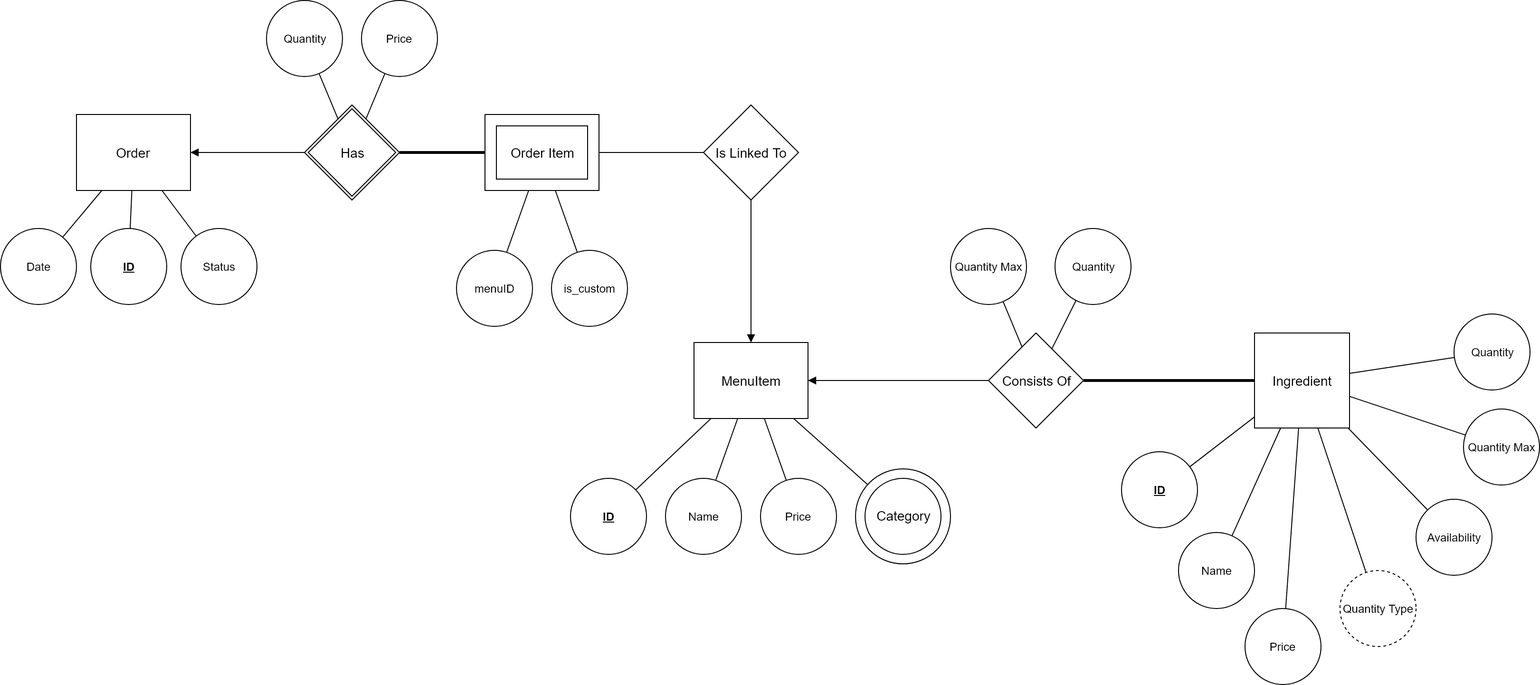
The draw.io diagram docs/entity relationship diagram.png in featherbear/UNSW-COMP1531-Assignment, before a commit. Source tidied: cells renumbered, new cells last; positions are measured from the earlier drawing's top-left corner, leaving out a move shared by most shapes.
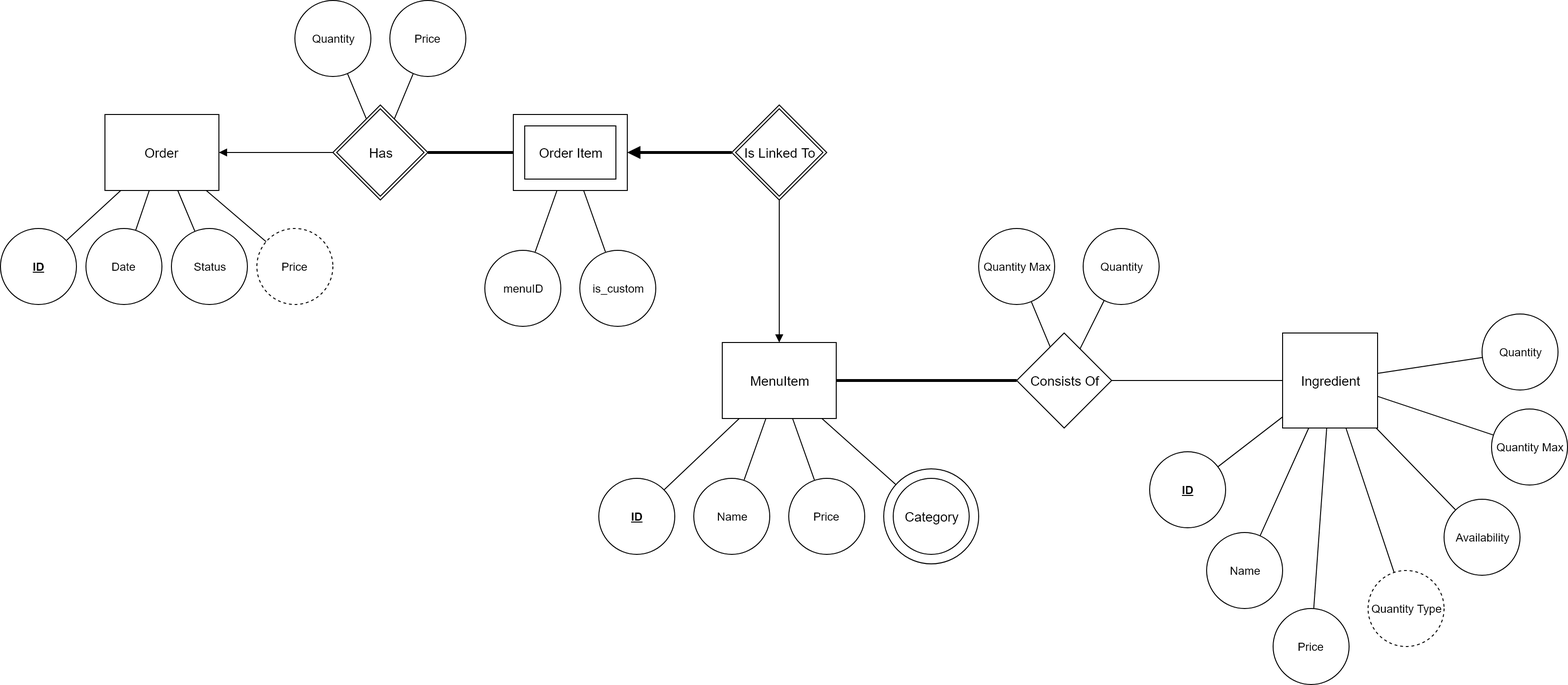
The same diagram one commit later.

Diff of the diagram source:
```diff
@@ -9,13 +9,13 @@
       <mxGeometry relative="1" as="geometry" />
     </mxCell>
     <mxCell id="4" value="Date" style="ellipse;whiteSpace=wrap;html=1;strokeColor=#000000;fillColor=none;" parent="1" vertex="1">
-      <mxGeometry y="240" width="80" height="80" as="geometry" />
+      <mxGeometry x="60" y="240" width="80" height="80" as="geometry" />
     </mxCell>
     <mxCell id="5" style="rounded=0;jettySize=auto;html=1;endArrow=none;endFill=0;" parent="1" edge="1" source="6" target="2">
       <mxGeometry relative="1" as="geometry" />
     </mxCell>
     <mxCell id="6" value="Status&lt;br&gt;" style="ellipse;whiteSpace=wrap;html=1;strokeColor=#000000;fillColor=none;" parent="1" vertex="1">
-      <mxGeometry x="190" y="240" width="80" height="80" as="geometry" />
+      <mxGeometry x="150" y="240" width="80" height="80" as="geometry" />
     </mxCell>
     <mxCell id="7" value="Ingredient" style="strokeWidth=1;whiteSpace=wrap;html=1;align=center;fontSize=14;fillColor=none;" parent="1" vertex="1">
       <mxGeometry x="1320" y="350" width="100" height="100" as="geometry" />
@@ -60,7 +60,7 @@
       <mxGeometry relative="1" as="geometry" />
     </mxCell>
     <mxCell id="21" value="&lt;u&gt;&lt;b&gt;ID&lt;/b&gt;&lt;/u&gt;&lt;br&gt;" style="ellipse;whiteSpace=wrap;html=1;strokeColor=#000000;fillColor=none;" parent="1" vertex="1">
-      <mxGeometry x="95" y="240" width="80" height="80" as="geometry" />
+      <mxGeometry x="-30" y="240" width="80" height="80" as="geometry" />
     </mxCell>
     <mxCell id="22" style="rounded=0;jettySize=auto;html=1;endArrow=none;endFill=0;" parent="1" edge="1" source="23">
       <mxGeometry relative="1" as="geometry">
@@ -107,10 +107,10 @@
     <mxCell id="34" value="Price&lt;br&gt;" style="ellipse;whiteSpace=wrap;html=1;strokeColor=#000000;fillColor=none;" parent="1" vertex="1">
       <mxGeometry x="380" width="80" height="80" as="geometry" />
     </mxCell>
-    <mxCell id="35" style="edgeStyle=none;rounded=0;jettySize=auto;html=1;startArrow=none;startFill=0;endArrow=none;endFill=0;strokeWidth=3;" parent="1" edge="1" source="37" target="7">
+    <mxCell id="35" style="edgeStyle=none;rounded=0;jettySize=auto;html=1;startArrow=none;startFill=0;endArrow=none;endFill=0;strokeWidth=1;" parent="1" edge="1" source="37" target="7">
       <mxGeometry relative="1" as="geometry" />
     </mxCell>
-    <mxCell id="36" style="edgeStyle=none;rounded=0;jettySize=auto;html=1;startArrow=none;startFill=0;endArrow=block;endFill=1;strokeWidth=1;" parent="1" edge="1" source="37" target="42">
+    <mxCell id="36" style="edgeStyle=none;rounded=0;jettySize=auto;html=1;startArrow=none;startFill=0;endArrow=none;endFill=0;strokeWidth=3;" parent="1" edge="1" source="37" target="42">
       <mxGeometry relative="1" as="geometry" />
     </mxCell>
     <mxCell id="37" value="Consists Of" style="shape=rhombus;strokeWidth=1;fontSize=17;perimeter=rhombusPerimeter;whiteSpace=wrap;html=1;align=center;fontSize=14;fillColor=none;rounded=0;double=0;" parent="1" vertex="1">
@@ -155,19 +155,28 @@
     <mxCell id="50" value="Category" style="ellipse;shape=doubleEllipse;margin=10;strokeWidth=1;fontSize=14;whiteSpace=wrap;html=1;align=center;rounded=0;fillColor=none;" parent="1" vertex="1">
       <mxGeometry x="900" y="492.5" width="100" height="100" as="geometry" />
     </mxCell>
-    <mxCell id="51" style="edgeStyle=none;rounded=0;jettySize=auto;html=1;startArrow=none;startFill=0;endArrow=none;endFill=0;strokeWidth=1;" parent="1" edge="1" source="53">
+    <mxCell id="51" style="edgeStyle=none;rounded=0;orthogonalLoop=1;jettySize=auto;html=1;startArrow=none;startFill=0;endArrow=block;endFill=1;strokeWidth=3;" parent="1" edge="1">
       <mxGeometry relative="1" as="geometry">
+        <mxPoint x="740" y="160" as="sourcePoint" />
         <mxPoint x="630" y="160" as="targetPoint" />
       </mxGeometry>
     </mxCell>
-    <mxCell id="52" style="edgeStyle=none;rounded=0;jettySize=auto;html=1;startArrow=none;startFill=0;endArrow=block;endFill=1;strokeWidth=1;" parent="1" edge="1" source="53" target="42">
-      <mxGeometry relative="1" as="geometry" />
+    <mxCell id="52" style="edgeStyle=none;rounded=0;jettySize=auto;html=1;startArrow=none;startFill=0;endArrow=block;endFill=1;strokeWidth=1;" parent="1" edge="1" target="42">
+      <mxGeometry relative="1" as="geometry">
+        <mxPoint x="790" y="210" as="sourcePoint" />
+      </mxGeometry>
     </mxCell>
+    <mxCell id="54" value="Order Item" style="shape=ext;strokeWidth=1;margin=10;double=1;whiteSpace=wrap;html=1;align=center;fontSize=14;rounded=0;fillColor=none;" parent="1" vertex="1">
+      <mxGeometry x="510" y="120" width="120" height="80" as="geometry" />
+    </mxCell>
-    <mxCell id="53" value="Is Linked To" style="shape=rhombus;strokeWidth=1;fontSize=17;perimeter=rhombusPerimeter;whiteSpace=wrap;html=1;align=center;fontSize=14;fillColor=none;rounded=0;double=0;" parent="1" vertex="1">
+    <mxCell id="53" value="Is Linked To" style="shape=rhombus;strokeWidth=1;fontSize=17;perimeter=rhombusPerimeter;whiteSpace=wrap;html=1;align=center;fontSize=14;fillColor=none;rounded=0;double=1;" parent="1" vertex="1">
       <mxGeometry x="740" y="110" width="100" height="100" as="geometry" />
     </mxCell>
-    <mxCell id="54" value="Order Item" style="shape=ext;strokeWidth=1;margin=10;double=1;whiteSpace=wrap;html=1;align=center;fontSize=14;rounded=0;fillColor=none;" parent="1" vertex="1">
-      <mxGeometry x="510" y="120" width="120" height="80" as="geometry" />
-    </mxCell>
+    <mxCell id="55" style="rounded=0;jettySize=auto;html=1;strokeWidth=1;endArrow=none;endFill=0;" parent="1" edge="1" source="56" target="2">
+      <mxGeometry relative="1" as="geometry" />
+    </mxCell>
+    <mxCell id="56" value="Price&lt;br&gt;" style="ellipse;whiteSpace=wrap;html=1;strokeColor=#000000;fillColor=none;fixDash=0;dashed=1;" parent="1" vertex="1">
+      <mxGeometry x="240" y="240" width="80" height="80" as="geometry" />
+    </mxCell>
   </root>
 </mxGraphModel>
```
